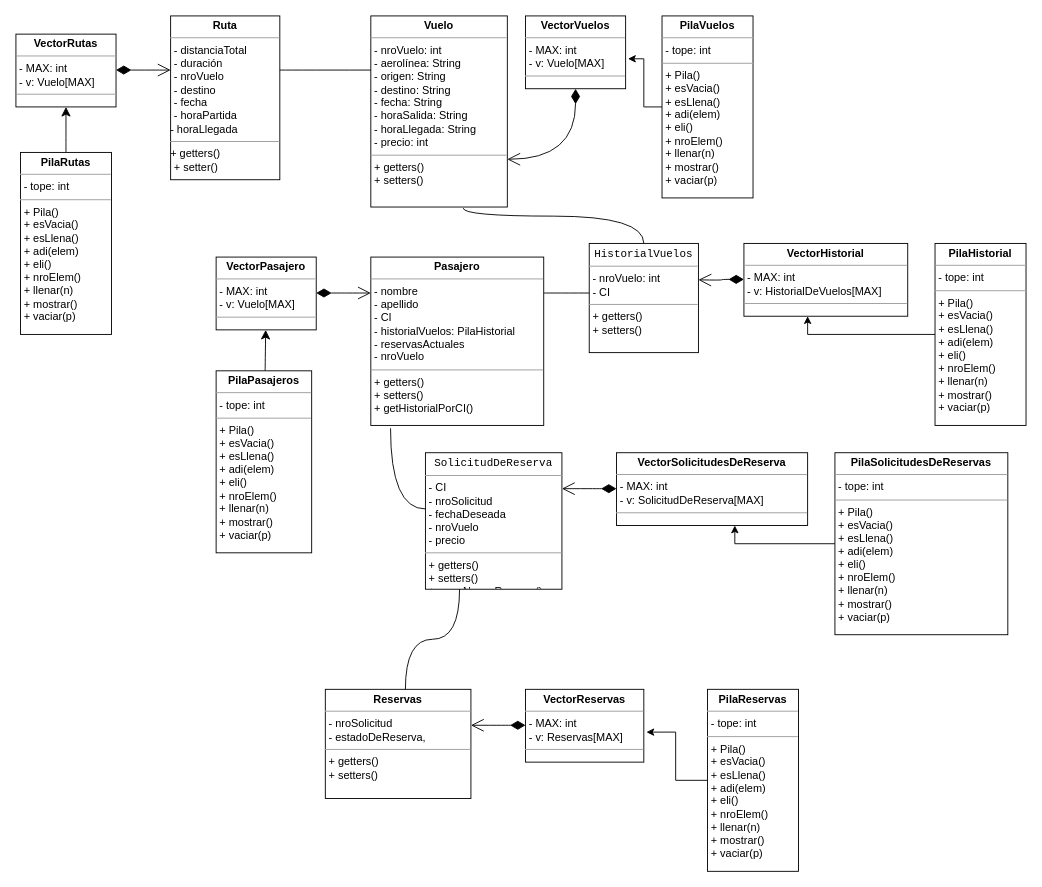
Earlier version of the draw.io diagram page "proyecto" (1 of 4) of inf121.drawio (freddyvelarde/clock-app). Source tidied: cells renumbered, new cells numbered last; positions are measured from the earlier drawing's top-left corner, leaving out a move shared by most shapes. Both pictures are drawn from the tidied source at 91%, with x=0, y=0 at pixel (15, 15).
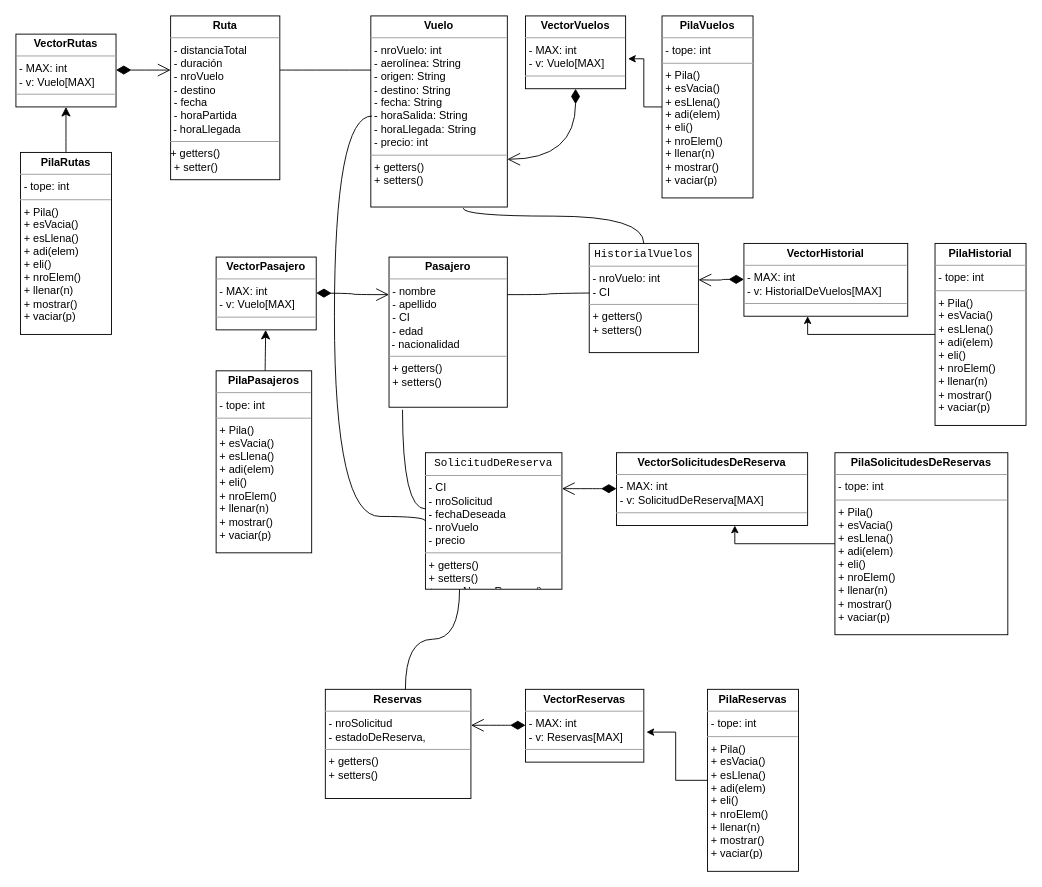
The same page after the edit.

Unchanged cells that the change refers to:
```xml
<mxCell id="16" value="&lt;p style=&quot;margin:0px;margin-top:4px;text-align:center;&quot;&gt;&lt;code&gt;SolicitudDeReserva&lt;/code&gt;&lt;/p&gt;&lt;hr size=&quot;1&quot;&gt;&lt;p style=&quot;margin:0px;margin-left:4px;&quot;&gt;- CI&lt;/p&gt;&lt;p style=&quot;margin:0px;margin-left:4px;&quot;&gt;- nroSolicitud&lt;br&gt;&lt;/p&gt;&lt;p style=&quot;margin:0px;margin-left:4px;&quot;&gt;- fechaDeseada&lt;/p&gt;&lt;p style=&quot;margin:0px;margin-left:4px;&quot;&gt;- nroVuelo&lt;/p&gt;&lt;p style=&quot;margin:0px;margin-left:4px;&quot;&gt;- precio&lt;br&gt;&lt;/p&gt;&lt;hr size=&quot;1&quot;&gt;&lt;p style=&quot;margin:0px;margin-left:4px;&quot;&gt;+ getters()&lt;br&gt;+ setters()&lt;/p&gt;&lt;p style=&quot;margin:0px;margin-left:4px;&quot;&gt;+ crearNuevaReserva()&lt;br&gt;&lt;/p&gt;&lt;p style=&quot;margin:0px;margin-left:4px;&quot;&gt;&lt;br&gt;&lt;/p&gt;&lt;p style=&quot;margin:0px;margin-left:4px;&quot;&gt;&lt;br&gt;&lt;/p&gt;&lt;p style=&quot;margin:0px;margin-left:4px;&quot;&gt;&lt;br&gt;&lt;/p&gt;&lt;p style=&quot;margin:0px;margin-left:4px;&quot;&gt;&lt;br&gt;&lt;/p&gt;" style="verticalAlign=top;align=left;overflow=fill;fontSize=12;fontFamily=Helvetica;html=1;whiteSpace=wrap;" parent="1" vertex="1">
  <mxGeometry x="450" y="480" width="150" height="150" as="geometry" />
</mxCell>
```

What changed in the source:
```diff
@@
-    <mxCell id="7" value="&lt;p style=&quot;margin:0px;margin-top:4px;text-align:center;&quot;&gt;&lt;b&gt;Ruta&lt;/b&gt;&lt;br&gt;&lt;/p&gt;&lt;hr size=&quot;1&quot;&gt;&lt;p style=&quot;margin:0px;margin-left:4px;&quot;&gt;- distanciaTotal&amp;nbsp;&lt;/p&gt;&lt;p style=&quot;margin:0px;margin-left:4px;&quot;&gt;- duración&lt;/p&gt;&lt;p style=&quot;margin:0px;margin-left:4px;&quot;&gt;- nroVuelo&lt;/p&gt;&lt;p style=&quot;margin:0px;margin-left:4px;&quot;&gt;- destino&lt;/p&gt;&lt;p style=&quot;margin:0px;margin-left:4px;&quot;&gt;- fecha&lt;br&gt;&lt;/p&gt;&lt;p style=&quot;margin:0px;margin-left:4px;&quot;&gt;- horaPartida&lt;/p&gt;- horaLlegada&lt;p style=&quot;margin:0px;margin-left:4px;&quot;&gt;&lt;/p&gt;&lt;hr size=&quot;1&quot;&gt;+ getters()&lt;p style=&quot;margin:0px;margin-left:4px;&quot;&gt;+ setter()&lt;br&gt;&lt;/p&gt;&lt;p style=&quot;margin:0px;margin-left:4px;&quot;&gt;&lt;br&gt;&lt;/p&gt;&lt;p style=&quot;margin:0px;margin-left:4px;&quot;&gt;&lt;br&gt;&lt;/p&gt;&lt;p style=&quot;margin:0px;margin-left:4px;&quot;&gt;&lt;br&gt;&lt;/p&gt;&lt;p style=&quot;margin:0px;margin-left:4px;&quot;&gt;&lt;br&gt;&lt;/p&gt;" style="verticalAlign=top;align=left;overflow=fill;fontSize=12;fontFamily=Helvetica;html=1;whiteSpace=wrap;" parent="1" vertex="1">
+    <mxCell id="7" value="&lt;p style=&quot;margin:0px;margin-top:4px;text-align:center;&quot;&gt;&lt;b&gt;Ruta&lt;/b&gt;&lt;br&gt;&lt;/p&gt;&lt;hr size=&quot;1&quot;&gt;&lt;p style=&quot;margin:0px;margin-left:4px;&quot;&gt;- distanciaTotal&amp;nbsp;&lt;/p&gt;&lt;p style=&quot;margin:0px;margin-left:4px;&quot;&gt;- duración&lt;/p&gt;&lt;p style=&quot;margin:0px;margin-left:4px;&quot;&gt;- nroVuelo&lt;/p&gt;&lt;p style=&quot;margin:0px;margin-left:4px;&quot;&gt;- destino&lt;/p&gt;&lt;p style=&quot;margin:0px;margin-left:4px;&quot;&gt;- fecha&lt;br&gt;&lt;/p&gt;&lt;p style=&quot;margin:0px;margin-left:4px;&quot;&gt;- horaPartida&lt;/p&gt;&amp;nbsp;- horaLlegada&lt;p style=&quot;margin:0px;margin-left:4px;&quot;&gt;&lt;/p&gt;&lt;hr size=&quot;1&quot;&gt;+ getters()&lt;p style=&quot;margin:0px;margin-left:4px;&quot;&gt;+ setter()&lt;br&gt;&lt;/p&gt;&lt;p style=&quot;margin:0px;margin-left:4px;&quot;&gt;&lt;br&gt;&lt;/p&gt;&lt;p style=&quot;margin:0px;margin-left:4px;&quot;&gt;&lt;br&gt;&lt;/p&gt;&lt;p style=&quot;margin:0px;margin-left:4px;&quot;&gt;&lt;br&gt;&lt;/p&gt;&lt;p style=&quot;margin:0px;margin-left:4px;&quot;&gt;&lt;br&gt;&lt;/p&gt;" style="verticalAlign=top;align=left;overflow=fill;fontSize=12;fontFamily=Helvetica;html=1;whiteSpace=wrap;" parent="1" vertex="1">
       <mxGeometry x="170" width="120" height="180" as="geometry" />
     </mxCell>
-    <mxCell id="8" value="&lt;p style=&quot;margin:0px;margin-top:4px;text-align:center;&quot;&gt;&lt;b&gt;Pasajero&lt;/b&gt;&lt;br&gt;&lt;/p&gt;&lt;hr size=&quot;1&quot;&gt;&lt;p style=&quot;margin:0px;margin-left:4px;&quot;&gt;- nombre&lt;/p&gt;&lt;p style=&quot;margin:0px;margin-left:4px;&quot;&gt;- apellido&lt;br&gt;- CI&lt;/p&gt;&lt;p style=&quot;margin:0px;margin-left:4px;&quot;&gt;- historialVuelos: PilaHistorial&lt;br&gt;&lt;/p&gt;&lt;p style=&quot;margin:0px;margin-left:4px;&quot;&gt;- reservasActuales&lt;/p&gt;&lt;p style=&quot;margin:0px;margin-left:4px;&quot;&gt;- nroVuelo&lt;br&gt;&lt;/p&gt;&lt;hr size=&quot;1&quot;&gt;&lt;p style=&quot;margin:0px;margin-left:4px;&quot;&gt;+ getters()&lt;br&gt;+ setters()&lt;/p&gt;&lt;p style=&quot;margin:0px;margin-left:4px;&quot;&gt;+ getHistorialPorCI()&lt;br&gt;&lt;/p&gt;&lt;p style=&quot;margin:0px;margin-left:4px;&quot;&gt;&lt;br&gt;&lt;/p&gt;&lt;p style=&quot;margin:0px;margin-left:4px;&quot;&gt;&lt;br&gt;&lt;/p&gt;&lt;p style=&quot;margin:0px;margin-left:4px;&quot;&gt;&lt;br&gt;&lt;/p&gt;&lt;p style=&quot;margin:0px;margin-left:4px;&quot;&gt;&lt;br&gt;&lt;/p&gt;" style="verticalAlign=top;align=left;overflow=fill;fontSize=12;fontFamily=Helvetica;html=1;whiteSpace=wrap;" parent="1" vertex="1">
-      <mxGeometry x="390" y="265" width="190" height="185" as="geometry" />
+    <mxCell id="8" value="&lt;p style=&quot;margin:0px;margin-top:4px;text-align:center;&quot;&gt;&lt;b&gt;Pasajero&lt;/b&gt;&lt;br&gt;&lt;/p&gt;&lt;hr size=&quot;1&quot;&gt;&lt;p style=&quot;margin:0px;margin-left:4px;&quot;&gt;- nombre&lt;/p&gt;&lt;p style=&quot;margin:0px;margin-left:4px;&quot;&gt;- apellido&lt;/p&gt;&lt;p style=&quot;margin:0px;margin-left:4px;&quot;&gt;- CI&lt;/p&gt;&lt;p style=&quot;margin:0px;margin-left:4px;&quot;&gt;- edad&lt;/p&gt;&lt;div&gt;&amp;nbsp;- nacionalidad&lt;br&gt;&lt;/div&gt;&lt;hr size=&quot;1&quot;&gt;&lt;p style=&quot;margin:0px;margin-left:4px;&quot;&gt;+ getters()&lt;br&gt;+ setters()&lt;/p&gt;&lt;p style=&quot;margin:0px;margin-left:4px;&quot;&gt;&lt;br&gt;&lt;/p&gt;&lt;p style=&quot;margin:0px;margin-left:4px;&quot;&gt;&lt;br&gt;&lt;/p&gt;&lt;p style=&quot;margin:0px;margin-left:4px;&quot;&gt;&lt;br&gt;&lt;/p&gt;&lt;p style=&quot;margin:0px;margin-left:4px;&quot;&gt;&lt;br&gt;&lt;/p&gt;" style="verticalAlign=top;align=left;overflow=fill;fontSize=12;fontFamily=Helvetica;html=1;whiteSpace=wrap;" parent="1" vertex="1">
+      <mxGeometry x="410" y="265" width="130" height="165" as="geometry" />
     </mxCell>
@@
-    <mxCell id="30" style="endArrow=open;html=1;endSize=12;startArrow=diamondThin;startSize=14;startFill=1;edgeStyle=orthogonalEdgeStyle;align=left;verticalAlign=bottom;rounded=0;fontSize=12;curved=1;" parent="1" edge="1">
+    <mxCell id="30" style="endArrow=open;html=1;endSize=12;startArrow=diamondThin;startSize=14;startFill=1;edgeStyle=orthogonalEdgeStyle;align=left;verticalAlign=bottom;rounded=0;fontSize=12;curved=1;entryX=0;entryY=0.25;entryDx=0;entryDy=0;" parent="1" edge="1" target="8">
       <mxGeometry x="-1" y="3" relative="1" as="geometry">
         <mxPoint x="330" y="304.5" as="sourcePoint" />
-        <mxPoint x="390" y="304.5" as="targetPoint" />
       </mxGeometry>
     </mxCell>
@@
-    <mxCell id="33" style="endArrow=none;html=1;edgeStyle=orthogonalEdgeStyle;rounded=0;fontSize=12;startSize=8;endSize=8;curved=1;" parent="1" edge="1">
+    <mxCell id="33" style="endArrow=none;html=1;edgeStyle=orthogonalEdgeStyle;rounded=0;fontSize=12;startSize=8;endSize=8;curved=1;exitX=1;exitY=0.25;exitDx=0;exitDy=0;" parent="1" edge="1" source="8">
       <mxGeometry relative="1" as="geometry">
-        <mxPoint x="580" y="304.5" as="sourcePoint" />
         <mxPoint x="630" y="304.5" as="targetPoint" />
       </mxGeometry>
     </mxCell>
@@
+    <mxCell id="37" style="endArrow=none;html=1;edgeStyle=orthogonalEdgeStyle;rounded=0;fontSize=12;startSize=8;endSize=8;curved=1;exitX=0.075;exitY=0.524;exitDx=0;exitDy=0;exitPerimeter=0;entryX=0;entryY=0.5;entryDx=0;entryDy=0;" parent="1" edge="1" target="16">
+      <mxGeometry relative="1" as="geometry">
+        <mxPoint x="391.2" y="110" as="sourcePoint" />
+        <Array as="points">
+          <mxPoint x="350" y="110" />
+          <mxPoint x="350" y="550" />
+          <mxPoint x="450" y="550" />
+        </Array>
+      </mxGeometry>
+    </mxCell>
```
